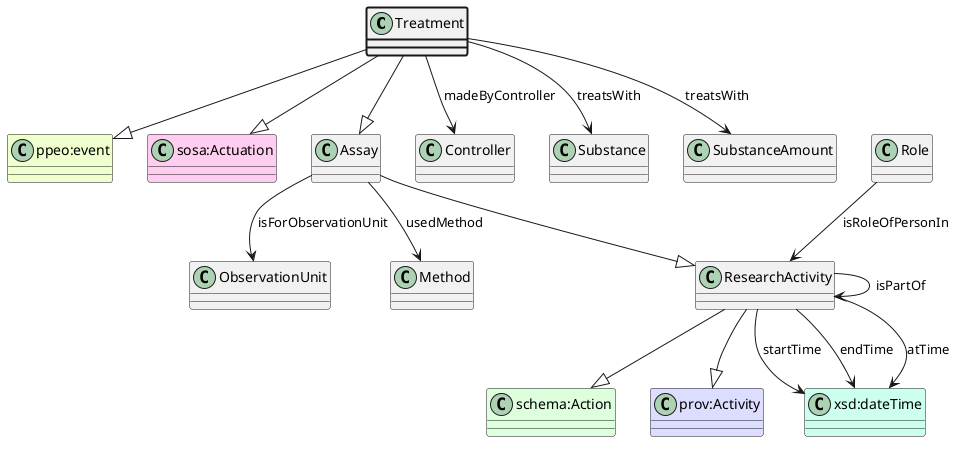
This is ttl_uml/ttl_appn_Treatment.png from aus-plant-phenomics-network/appn-schema, a PlantUML export, as it was before one commit.
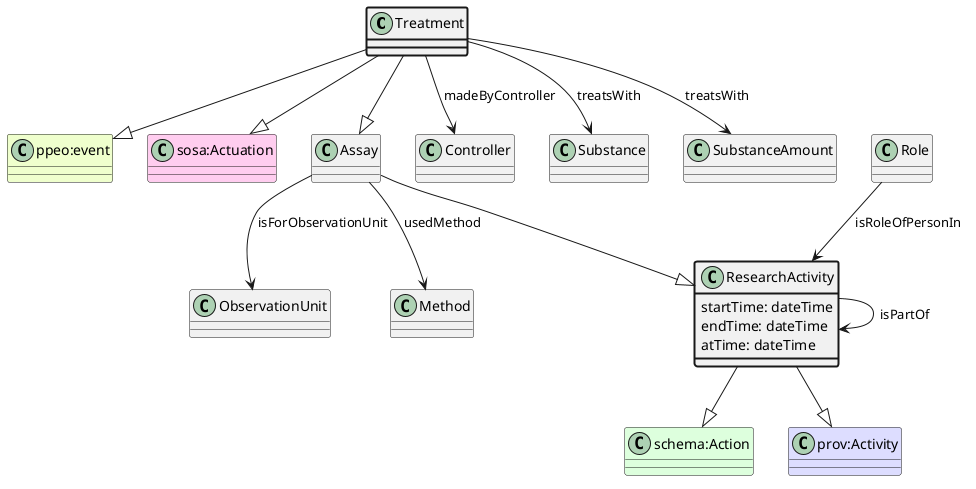
After the commit.

Change to the diagram source:
```diff
@@ -26,10 +26,13 @@
 ResearchActivity --> ResearchActivity : isPartOf
 class Role
 Role --> ResearchActivity : isRoleOfPersonIn
-class "xsd:dateTime" #CCFFEE
-ResearchActivity --> "xsd:dateTime" : startTime
-class "xsd:dateTime" #CCFFEE
-ResearchActivity --> "xsd:dateTime" : endTime
-class "xsd:dateTime" #CCFFEE
-ResearchActivity --> "xsd:dateTime" : atTime
+class ResearchActivity #line.bold {
+    startTime: dateTime
+}
+class ResearchActivity #line.bold {
+    endTime: dateTime
+}
+class ResearchActivity #line.bold {
+    atTime: dateTime
+}
 @enduml
```
